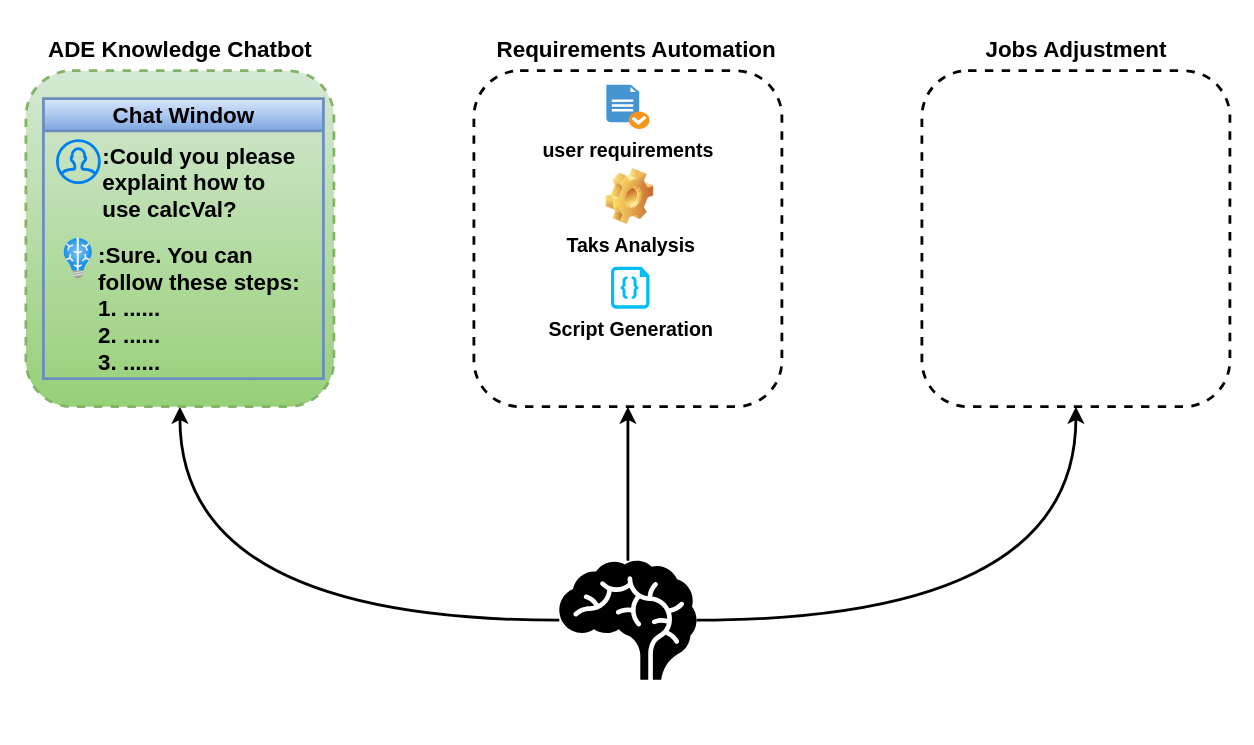
The draw.io diagram ADE_copilot/drawio/ADE_copilot/WhatCanADECopilotCanDo.drawio in xpc123/forSync, before the edit. Source tidied: cells renumbered, new cells numbered last; positions are measured from the earlier drawing's top-left corner, leaving out a move shared by most shapes. Both pictures are drawn from the tidied source at 140%, with x=0, y=0 at pixel (25, 28). Pictures stored in the file or linked from it are replaced by grey dashed boxes.
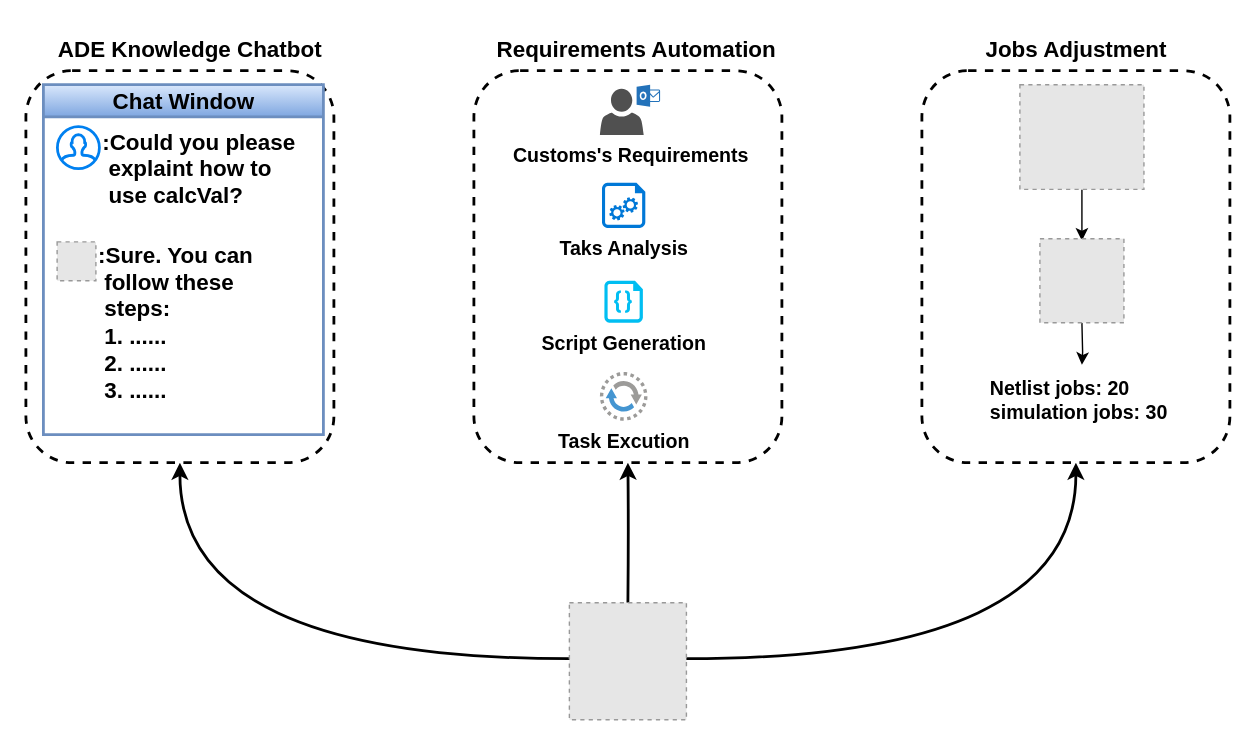
The same page after the edit.

The change refers to these unchanged cells:
```xml
<mxCell id="14" style="group;" parent="12" vertex="1">
  <mxGeometry x="10" y="30" width="180" height="60" as="geometry" />
</mxCell>
```

Diff of the diagram source:
```diff
@@
-    <mxCell id="2" style="edgeStyle=orthogonalEdgeStyle;rounded=0;jettySize=auto;html=1;curved=1;strokeWidth=2;" parent="1" edge="1" source="5" target="6">
-      <mxGeometry relative="1" as="geometry" />
+    <mxCell id="2" style="edgeStyle=orthogonalEdgeStyle;rounded=0;jettySize=auto;html=1;curved=1;strokeWidth=2;" parent="1" edge="1" target="6">
+      <mxGeometry relative="1" as="geometry">
+        <mxPoint x="390" y="450" as="sourcePoint" />
+      </mxGeometry>
     </mxCell>
-    <mxCell id="3" style="edgeStyle=orthogonalEdgeStyle;curved=1;rounded=0;jettySize=auto;html=1;strokeWidth=2;" parent="1" edge="1" source="5" target="7">
-      <mxGeometry relative="1" as="geometry" />
+    <mxCell id="3" style="edgeStyle=orthogonalEdgeStyle;curved=1;rounded=0;jettySize=auto;html=1;strokeWidth=2;" parent="1" edge="1" target="7">
+      <mxGeometry relative="1" as="geometry">
+        <mxPoint x="430" y="410" as="sourcePoint" />
+      </mxGeometry>
     </mxCell>
-    <mxCell id="4" style="edgeStyle=orthogonalEdgeStyle;curved=1;rounded=0;jettySize=auto;html=1;entryX=0.5;entryY=1;entryDx=0;entryDy=0;strokeWidth=2;" parent="1" edge="1" source="5" target="8">
-      <mxGeometry relative="1" as="geometry" />
+    <mxCell id="4" style="edgeStyle=orthogonalEdgeStyle;curved=1;rounded=0;jettySize=auto;html=1;entryX=0.5;entryY=1;entryDx=0;entryDy=0;strokeWidth=2;" parent="1" edge="1" target="8">
+      <mxGeometry relative="1" as="geometry">
+        <mxPoint x="470" y="450" as="sourcePoint" />
+      </mxGeometry>
     </mxCell>
-    <mxCell id="5" style="shape=mxgraph.signs.healthcare.brain;html=1;fillColor=#000000;strokeColor=none;verticalLabelPosition=bottom;verticalAlign=top;align=center;" parent="1" vertex="1">
-      <mxGeometry x="381" y="380" width="98" height="85" as="geometry" />
-    </mxCell>
-    <mxCell id="6" style="rounded=1;whiteSpace=wrap;html=1;dashed=1;strokeWidth=2;fillColor=#d5e8d4;gradientColor=#97d077;strokeColor=#82b366;" parent="1" vertex="1">
-      <mxGeometry y="30" width="220" height="240" as="geometry" />
+    <mxCell id="6" style="rounded=1;whiteSpace=wrap;html=1;dashed=1;strokeWidth=2;" parent="1" vertex="1">
+      <mxGeometry y="30" width="220" height="280" as="geometry" />
     </mxCell>
     <mxCell id="7" style="rounded=1;whiteSpace=wrap;html=1;dashed=1;strokeWidth=2;" parent="1" vertex="1">
-      <mxGeometry x="320" y="30" width="220" height="240" as="geometry" />
+      <mxGeometry x="320" y="30" width="220" height="280" as="geometry" />
     </mxCell>
     <mxCell id="8" style="rounded=1;whiteSpace=wrap;html=1;dashed=1;strokeWidth=2;" parent="1" vertex="1">
-      <mxGeometry x="640" y="30" width="220" height="240" as="geometry" />
+      <mxGeometry x="640" y="30" width="220" height="280" as="geometry" />
     </mxCell>
     <mxCell id="9" value="&lt;span style=&quot;font-size: 16px;&quot;&gt;&lt;b&gt;ADE Knowledge Chatbot&lt;/b&gt;&lt;/span&gt;" style="text;html=1;align=center;verticalAlign=middle;whiteSpace=wrap;rounded=0;dashed=1;strokeWidth=2;" parent="1" vertex="1">
-      <mxGeometry x="7.5" width="205" height="30" as="geometry" />
+      <mxGeometry x="15" width="205" height="30" as="geometry" />
     </mxCell>
@@
     <mxCell id="12" value="Chat Window" style="swimlane;whiteSpace=wrap;html=1;strokeWidth=2;fontSize=16;fillColor=#dae8fc;gradientColor=#7ea6e0;strokeColor=#6c8ebf;" parent="1" vertex="1">
-      <mxGeometry x="12.5" y="50" width="200" height="200" as="geometry" />
+      <mxGeometry x="12.5" y="40" width="200" height="250" as="geometry" />
     </mxCell>
-    <mxCell id="13" style="html=1;align=center;image;fontSize=12;image=img/lib/azure2/ai_machine_learning/Batch_AI.svg;strokeWidth=2;fillColor=#d5e8d4;gradientColor=#97d077;strokeColor=#82b366;" parent="12" vertex="1">
-      <mxGeometry x="14.8" y="100" width="20.5" height="29" as="geometry" />
-    </mxCell>
@@
-    <mxCell id="15" value="&lt;b&gt;:Could you please explaint how to use calcVal?&lt;/b&gt;" style="text;html=1;align=left;verticalAlign=middle;whiteSpace=wrap;rounded=0;strokeWidth=2;fontSize=16;" parent="14" vertex="1">
+    <mxCell id="15" value="&lt;b&gt;:Could you please&amp;nbsp; &amp;nbsp;explaint how to&amp;nbsp; &amp;nbsp;use calcVal?&lt;/b&gt;" style="text;html=1;align=left;verticalAlign=middle;whiteSpace=wrap;rounded=0;strokeWidth=2;fontSize=16;" parent="14" vertex="1">
       <mxGeometry x="30" width="150" height="60" as="geometry" />
     </mxCell>
@@
-    <mxCell id="17" value="&lt;b&gt;:Sure. You can follow these steps:&lt;br&gt;1. ......&lt;br&gt;2.&amp;nbsp;&lt;/b&gt;&lt;b&gt;......&lt;/b&gt;&lt;b&gt;&lt;br&gt;3.&amp;nbsp;&lt;/b&gt;&lt;b&gt;......&lt;/b&gt;&lt;b&gt;&lt;br&gt;&lt;/b&gt;" style="text;html=1;align=left;verticalAlign=middle;whiteSpace=wrap;rounded=0;strokeWidth=2;fontSize=16;" parent="1" vertex="1">
-      <mxGeometry x="50" y="150" width="150" height="100" as="geometry" />
+    <mxCell id="17" value="&lt;b&gt;:Sure. You can&amp;nbsp; &amp;nbsp;follow these&amp;nbsp; &amp;nbsp;steps:&lt;br&gt;&amp;nbsp;1. ......&lt;br&gt;&amp;nbsp;2.&amp;nbsp;&lt;/b&gt;&lt;b&gt;......&lt;/b&gt;&lt;b&gt;&lt;br&gt;&amp;nbsp;3.&amp;nbsp;&lt;/b&gt;&lt;b&gt;......&lt;/b&gt;&lt;b&gt;&lt;br&gt;&lt;/b&gt;" style="text;html=1;align=left;verticalAlign=middle;whiteSpace=wrap;rounded=0;strokeWidth=2;fontSize=16;" parent="1" vertex="1">
+      <mxGeometry x="50" y="150" width="150" height="120" as="geometry" />
     </mxCell>
-    <mxCell id="18" value="&lt;font style=&quot;font-size: 14px;&quot;&gt;&lt;b&gt;user requirements&lt;/b&gt;&lt;/font&gt;" style="shadow=0;dashed=0;html=1;strokeColor=none;fillColor=#4495D1;labelPosition=center;verticalLabelPosition=bottom;verticalAlign=top;align=center;shape=mxgraph.veeam.checked_doc;" parent="1" vertex="1">
-      <mxGeometry x="414.6" y="40" width="30.8" height="31.6" as="geometry" />
-    </mxCell>
     <mxCell id="19" value="&lt;font style=&quot;font-size: 14px;&quot;&gt;&lt;b&gt;Script Generation&lt;/b&gt;&lt;/font&gt;" style="verticalLabelPosition=bottom;html=1;verticalAlign=top;align=center;strokeColor=none;fillColor=#00BEF2;shape=mxgraph.azure.code_file;" parent="1" vertex="1">
-      <mxGeometry x="417.9" y="170" width="27.5" height="30" as="geometry" />
+      <mxGeometry x="413.2" y="180" width="27.5" height="30" as="geometry" />
     </mxCell>
+    <mxCell id="21" value="&lt;font style=&quot;font-size: 14px;&quot;&gt;&lt;b&gt;Task Excution&lt;/b&gt;&lt;/font&gt;" style="shadow=0;dashed=0;html=1;strokeColor=#b85450;fillColor=#f8cecc;labelPosition=center;verticalLabelPosition=bottom;verticalAlign=top;align=center;shape=mxgraph.veeam.2d.data_mover;gradientColor=#ea6b66;" parent="1" vertex="1">
+      <mxGeometry x="410" y="245.2" width="34" height="34.8" as="geometry" />
+    </mxCell>
+    <mxCell id="22" value="&lt;b&gt;Customs's Requirements&lt;/b&gt;" style="sketch=0;shadow=0;dashed=0;html=1;strokeColor=none;fillColor=#505050;labelPosition=center;verticalLabelPosition=bottom;verticalAlign=top;align=center;shape=mxgraph.office.users.outlook_user;fontSize=14;" parent="1" vertex="1">
+      <mxGeometry x="410" y="40" width="43" height="36" as="geometry" />
+    </mxCell>
+    <mxCell id="23" value="&lt;b style=&quot;font-size: 14px;&quot;&gt;Netlist jobs: 20&lt;br&gt;simulation jobs: 30&lt;/b&gt;" style="text;html=1;strokeColor=none;fillColor=none;align=left;verticalAlign=middle;whiteSpace=wrap;rounded=0;" parent="1" vertex="1">
+      <mxGeometry x="686.8" y="240" width="135" height="50" as="geometry" />
+    </mxCell>
-    <mxCell id="20" value="&lt;font style=&quot;font-size: 14px;&quot;&gt;&lt;b&gt;Taks Analysis&lt;/b&gt;&lt;/font&gt;" style="shape=image;html=1;verticalLabelPosition=bottom;verticalAlign=top;imageAspect=1;image=img/clipart/Gear_128x128.png;" parent="1" vertex="1">
-      <mxGeometry x="414.6" y="100" width="34" height="39.9" as="geometry" />
+    <mxCell id="20" value="&lt;b&gt;Taks Analysis&lt;/b&gt;" style="sketch=0;shadow=0;dashed=0;html=1;strokeColor=none;labelPosition=center;verticalLabelPosition=bottom;verticalAlign=top;align=center;shape=mxgraph.azure.startup_task;fillColor=#0078D7;fontSize=14;" parent="1" vertex="1">
+      <mxGeometry x="411.5" y="110" width="31" height="32.3" as="geometry" />
     </mxCell>
+    <mxCell id="24" style="edgeStyle=orthogonalEdgeStyle;rounded=0;jettySize=auto;html=1;fontSize=14;" parent="1" edge="1" source="25">
+      <mxGeometry relative="1" as="geometry">
+        <mxPoint x="754.3" y="151.4" as="targetPoint" />
+      </mxGeometry>
+    </mxCell>
+    <mxCell id="25" style="fillColor=#E6E6E6;strokeColor=#999999;dashed=1;verticalLabelPosition=bottom;labelBackgroundColor=default;verticalAlign=top;fontStyle=1;fontSize=14;" parent="1" vertex="1">
+      <mxGeometry x="710" y="40" width="88.6" height="74.8" as="geometry" />
+    </mxCell>
+    <mxCell id="26" style="edgeStyle=orthogonalEdgeStyle;rounded=0;jettySize=auto;html=1;fontSize=14;" parent="1" edge="1" target="23">
+      <mxGeometry relative="1" as="geometry">
+        <mxPoint x="754.3" y="210" as="sourcePoint" />
+      </mxGeometry>
+    </mxCell>
+    <mxCell id="27" style="fillColor=#E6E6E6;strokeColor=#999999;dashed=1;verticalLabelPosition=bottom;labelBackgroundColor=default;verticalAlign=top;" parent="1" vertex="1">
+      <mxGeometry x="388.2" y="410" width="83.6" height="83.6" as="geometry" />
+    </mxCell>
+    <mxCell id="28" style="fillColor=#E6E6E6;strokeColor=#999999;dashed=1;verticalLabelPosition=bottom;labelBackgroundColor=default;verticalAlign=top;" parent="1" vertex="1">
+      <mxGeometry x="724.3" y="150" width="60" height="60" as="geometry" />
+    </mxCell>
+    <mxCell id="29" style="fillColor=#E6E6E6;strokeColor=#999999;dashed=1;verticalLabelPosition=bottom;labelBackgroundColor=default;verticalAlign=top;" parent="1" vertex="1">
+      <mxGeometry x="22.3" y="152.3" width="27.7" height="27.7" as="geometry" />
+    </mxCell>
```
